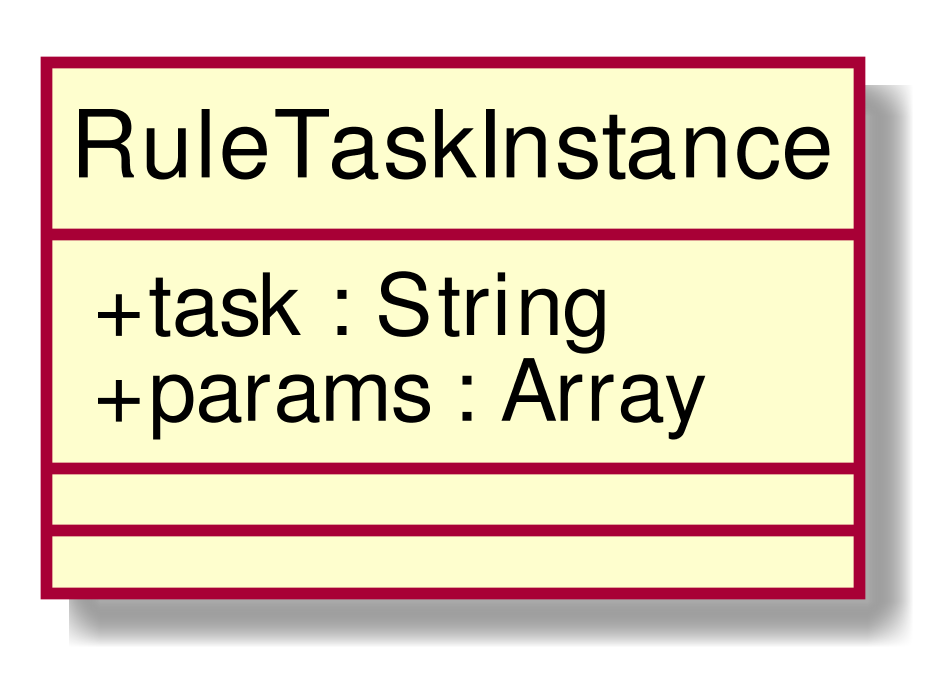
This is RP/Esterni/DefinizioneDiProdotto/images/ClassRuleTaskInstance.png from CoCodeSWE/Docs, a PlantUML export, as it was before one commit. The source it was exported from:
```plantuml
@startuml
scale 1000*1000
skinparam classAttributeIconSize 0
class RuleTaskInstance{
+ task : String
+ params : Array
__
__

}
hide circle
@enduml
```
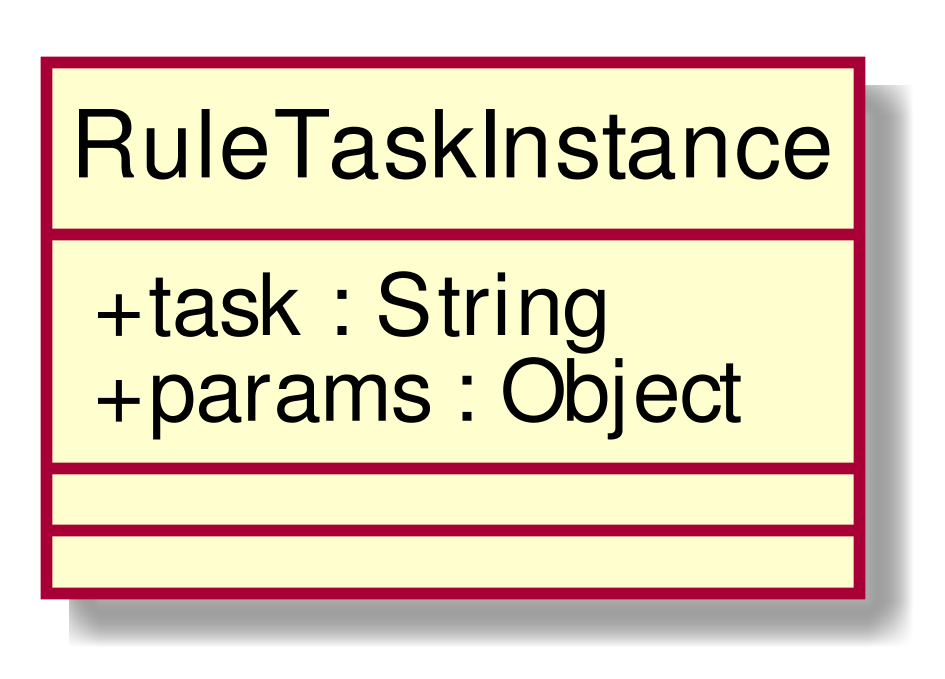
Above is the later version.

Diff of the diagram source:
```diff
@@ -3,7 +3,7 @@
 skinparam classAttributeIconSize 0
 class RuleTaskInstance{
 + task : String
-+ params : Array
++ params : Object
 __
 __
 
```
